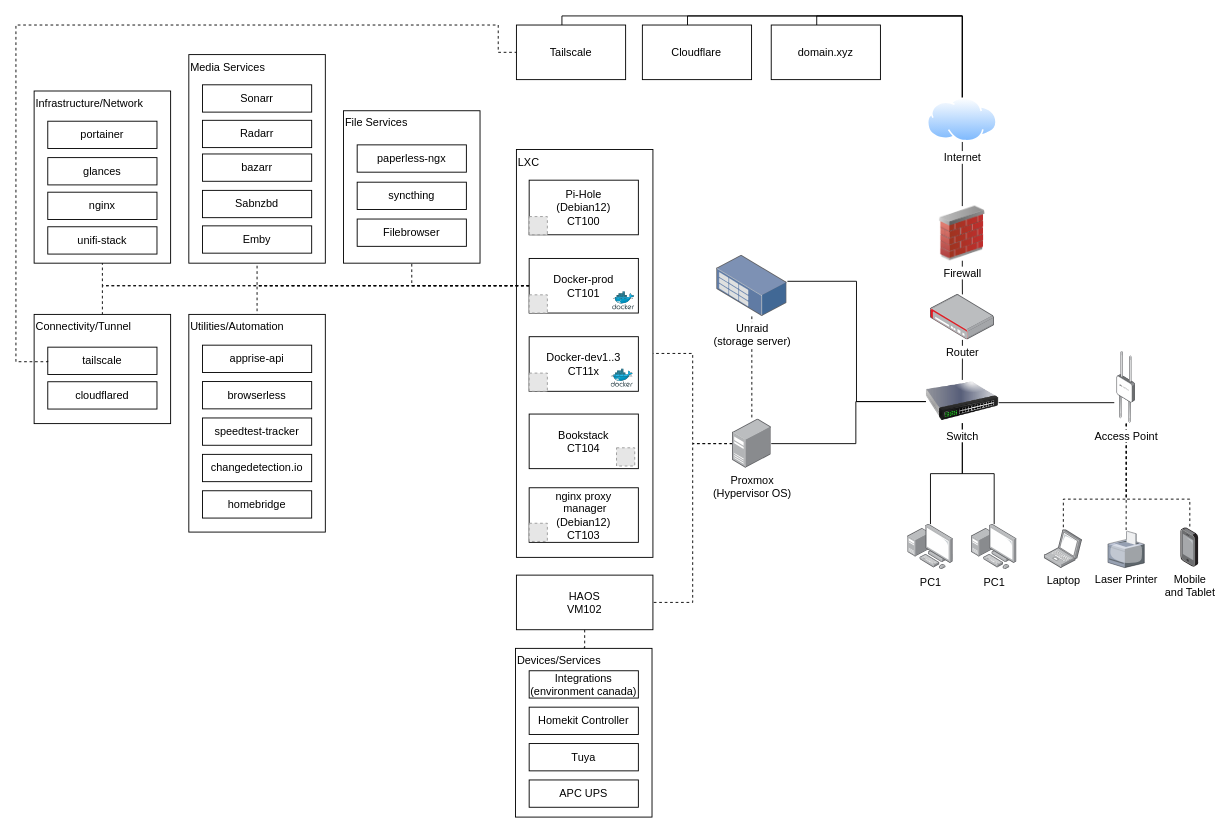
Earlier version of the draw.io diagram 92king_homelab.drawio (danieljai/homelab). Source tidied: cells renumbered, new cells numbered last; positions are measured from the earlier drawing's top-left corner, leaving out a move shared by most shapes. Both pictures are drawn from the tidied source at 91%, with x=0, y=0 at pixel (15, 15). Pictures stored in the file or linked from it are replaced by grey dashed boxes.
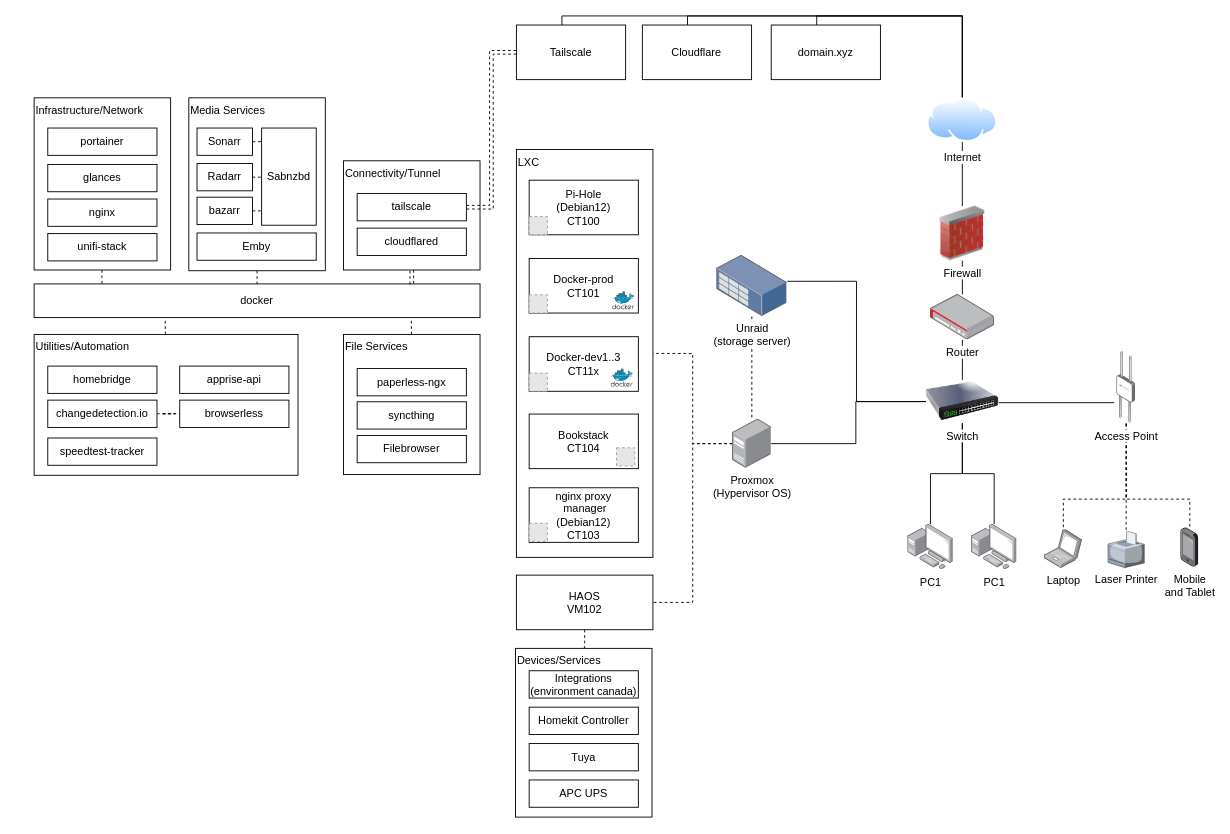
The same diagram, later.

Unchanged cells that the change refers to:
```xml
<mxCell id="8" value="Docker-prod&lt;div&gt;&lt;div&gt;CT101&lt;/div&gt;&lt;/div&gt;" style="rounded=0;whiteSpace=wrap;html=1;" parent="1" vertex="1">
  <mxGeometry x="564" y="266.5" width="120" height="60" as="geometry" />
</mxCell>
<mxCell id="17" value="Tailscale" style="rounded=0;whiteSpace=wrap;html=1;" parent="1" vertex="1">
  <mxGeometry x="550" y="10" width="120" height="60" as="geometry" />
</mxCell>
<mxCell id="41" value="Infrastructure/Network" style="rounded=0;whiteSpace=wrap;html=1;align=left;verticalAlign=top;" parent="40" vertex="1">
  <mxGeometry width="150" height="189.2" as="geometry" />
</mxCell>
<mxCell id="47" value="Connectivity/Tunnel" style="rounded=0;whiteSpace=wrap;html=1;align=left;verticalAlign=top;" parent="46" vertex="1">
  <mxGeometry width="150" height="120" as="geometry" />
</mxCell>
<mxCell id="48" value="tailscale" style="rounded=0;whiteSpace=wrap;html=1;" parent="46" vertex="1">
  <mxGeometry x="15" y="36" width="120" height="30" as="geometry" />
</mxCell>
```

The edit, as a diff of the source:
```diff
@@
-    <mxCell id="4" style="edgeStyle=orthogonalEdgeStyle;rounded=0;jettySize=auto;html=1;endArrow=none;startFill=0;dashed=1;" parent="1" edge="1" source="8" target="47">
-      <mxGeometry relative="1" as="geometry" />
-    </mxCell>
-    <mxCell id="5" style="edgeStyle=orthogonalEdgeStyle;rounded=0;jettySize=auto;html=1;endArrow=none;startFill=0;dashed=1;" parent="1" edge="1" source="8" target="51">
-      <mxGeometry relative="1" as="geometry" />
-    </mxCell>
-    <mxCell id="6" style="edgeStyle=orthogonalEdgeStyle;rounded=0;jettySize=auto;html=1;entryX=0.5;entryY=1;entryDx=0;entryDy=0;endArrow=none;startFill=0;dashed=1;" parent="1" edge="1" source="8" target="58">
-      <mxGeometry relative="1" as="geometry" />
-    </mxCell>
-    <mxCell id="7" style="edgeStyle=orthogonalEdgeStyle;rounded=0;jettySize=auto;html=1;entryX=0.5;entryY=1;entryDx=0;entryDy=0;endArrow=none;startFill=0;dashed=1;" parent="1" edge="1" source="8" target="34">
-      <mxGeometry relative="1" as="geometry" />
-    </mxCell>
@@
-    <mxCell id="33" style="group;" parent="1" vertex="1">
-      <mxGeometry x="190" y="42.5" width="150" height="229.2" as="geometry" />
-    </mxCell>
-    <mxCell id="34" value="Media Services" style="rounded=0;whiteSpace=wrap;html=1;align=left;verticalAlign=top;" parent="33" vertex="1">
-      <mxGeometry width="150" height="229.2" as="geometry" />
-    </mxCell>
-    <mxCell id="35" value="Radarr" style="rounded=0;whiteSpace=wrap;html=1;" parent="33" vertex="1">
-      <mxGeometry x="15" y="72.2" width="120" height="30" as="geometry" />
-    </mxCell>
-    <mxCell id="36" value="Sonarr" style="rounded=0;whiteSpace=wrap;html=1;" parent="33" vertex="1">
-      <mxGeometry x="15" y="33.2" width="120" height="30" as="geometry" />
-    </mxCell>
-    <mxCell id="37" value="Sabnzbd" style="rounded=0;whiteSpace=wrap;html=1;" parent="33" vertex="1">
-      <mxGeometry x="15" y="149.2" width="120" height="30" as="geometry" />
-    </mxCell>
-    <mxCell id="38" value="Emby" style="rounded=0;whiteSpace=wrap;html=1;" parent="33" vertex="1">
-      <mxGeometry x="15" y="188.2" width="120" height="30" as="geometry" />
-    </mxCell>
-    <mxCell id="39" value="bazarr" style="rounded=0;whiteSpace=wrap;html=1;" parent="33" vertex="1">
-      <mxGeometry x="15" y="109.2" width="120" height="30" as="geometry" />
-    </mxCell>
     <mxCell id="40" style="group;" parent="1" vertex="1">
-      <mxGeometry x="20" y="82.5" width="150" height="189.2" as="geometry" />
+      <mxGeometry x="20" y="90" width="150" height="189.2" as="geometry" />
     </mxCell>
@@
     <mxCell id="46" style="group;" parent="1" vertex="1">
-      <mxGeometry x="20" y="328" width="150" height="120" as="geometry" />
+      <mxGeometry x="360" y="159.2" width="150" height="120" as="geometry" />
     </mxCell>
@@
-    <mxCell id="50" style="group;" parent="1" vertex="1">
-      <mxGeometry x="190" y="328" width="150" height="239.2" as="geometry" />
-    </mxCell>
-    <mxCell id="51" value="Utilities/Automation" style="rounded=0;whiteSpace=wrap;html=1;align=left;verticalAlign=top;" parent="50" vertex="1">
-      <mxGeometry width="150" height="239.2" as="geometry" />
-    </mxCell>
-    <mxCell id="52" value="changedetection.io" style="rounded=0;whiteSpace=wrap;html=1;" parent="50" vertex="1">
-      <mxGeometry x="15" y="153.8" width="120" height="30" as="geometry" />
-    </mxCell>
-    <mxCell id="53" value="browserless" style="rounded=0;whiteSpace=wrap;html=1;" parent="50" vertex="1">
-      <mxGeometry x="15" y="73.8" width="120" height="30" as="geometry" />
-    </mxCell>
-    <mxCell id="54" value="homebridge" style="rounded=0;whiteSpace=wrap;html=1;" parent="50" vertex="1">
-      <mxGeometry x="15" y="193.8" width="120" height="30" as="geometry" />
-    </mxCell>
-    <mxCell id="55" value="speedtest-tracker" style="rounded=0;whiteSpace=wrap;html=1;" parent="50" vertex="1">
-      <mxGeometry x="15" y="113.8" width="120" height="30" as="geometry" />
-    </mxCell>
-    <mxCell id="56" value="apprise-api" style="rounded=0;whiteSpace=wrap;html=1;" parent="50" vertex="1">
-      <mxGeometry x="15" y="33.8" width="120" height="30" as="geometry" />
-    </mxCell>
-    <mxCell id="57" style="group;" parent="1" vertex="1">
-      <mxGeometry x="360" y="104.2" width="150" height="167.5" as="geometry" />
-    </mxCell>
-    <mxCell id="58" value="File Services" style="rounded=0;whiteSpace=wrap;html=1;align=left;verticalAlign=top;" parent="57" vertex="1">
-      <mxGeometry width="150" height="167.5" as="geometry" />
-    </mxCell>
-    <mxCell id="59" value="syncthing" style="rounded=0;whiteSpace=wrap;html=1;" parent="57" vertex="1">
-      <mxGeometry x="15" y="78.5" width="120" height="30" as="geometry" />
-    </mxCell>
-    <mxCell id="60" value="paperless-ngx" style="rounded=0;whiteSpace=wrap;html=1;" parent="57" vertex="1">
-      <mxGeometry x="15" y="37.5" width="120" height="30" as="geometry" />
-    </mxCell>
-    <mxCell id="61" value="Filebrowser" style="rounded=0;whiteSpace=wrap;html=1;" parent="57" vertex="1">
-      <mxGeometry x="15" y="119" width="120" height="30" as="geometry" />
-    </mxCell>
-    <mxCell id="62" style="edgeStyle=orthogonalEdgeStyle;rounded=0;jettySize=auto;html=1;entryX=0.5;entryY=1;entryDx=0;entryDy=0;endArrow=none;startFill=0;dashed=1;" parent="1" edge="1" source="8" target="41">
-      <mxGeometry relative="1" as="geometry" />
-    </mxCell>
@@
-    <mxCell id="83" style="edgeStyle=orthogonalEdgeStyle;rounded=0;jettySize=auto;html=1;entryX=0;entryY=0.5;entryDx=0;entryDy=0;exitX=0;exitY=0.5;exitDx=0;exitDy=0;dashed=1;endArrow=none;startFill=0;" parent="1" edge="1" source="48" target="17">
-      <mxGeometry relative="1" as="geometry">
-        <Array as="points">
-          <mxPoint y="380" />
-          <mxPoint y="10" />
-          <mxPoint x="530" y="10" />
-          <mxPoint x="530" y="40" />
-        </Array>
-      </mxGeometry>
-    </mxCell>
@@
+    <mxCell id="90" value="docker" style="rounded=0;whiteSpace=wrap;html=1;" parent="1" vertex="1">
+      <mxGeometry x="20" y="294.5" width="490" height="37" as="geometry" />
+    </mxCell>
+    <mxCell id="91" style="edgeStyle=orthogonalEdgeStyle;rounded=0;jettySize=auto;html=1;entryX=1;entryY=0.5;entryDx=0;entryDy=0;endArrow=none;startFill=0;dashed=1;shape=link;" parent="1" edge="1" source="17" target="48">
+      <mxGeometry relative="1" as="geometry" />
+    </mxCell>
+    <mxCell id="92" style="group;" parent="1" vertex="1">
+      <mxGeometry x="190" y="90" width="150" height="190" as="geometry" />
+    </mxCell>
+    <mxCell id="34" value="Media Services" style="rounded=0;whiteSpace=wrap;html=1;align=left;verticalAlign=top;" parent="92" vertex="1">
+      <mxGeometry width="150" height="190" as="geometry" />
+    </mxCell>
+    <mxCell id="38" value="Emby" style="rounded=0;whiteSpace=wrap;html=1;" parent="92" vertex="1">
+      <mxGeometry x="9" y="148.5" width="131" height="30" as="geometry" />
+    </mxCell>
+    <mxCell id="93" style="edgeStyle=orthogonalEdgeStyle;rounded=0;jettySize=auto;html=1;endArrow=none;startFill=0;dashed=1;" parent="92" edge="1" source="35" target="37">
+      <mxGeometry relative="1" as="geometry" />
+    </mxCell>
+    <mxCell id="35" value="Radarr" style="rounded=0;whiteSpace=wrap;html=1;" parent="92" vertex="1">
+      <mxGeometry x="9" y="72.2" width="61" height="30" as="geometry" />
+    </mxCell>
+    <mxCell id="36" value="Sonarr" style="rounded=0;whiteSpace=wrap;html=1;" parent="92" vertex="1">
+      <mxGeometry x="9" y="33.2" width="61" height="30" as="geometry" />
+    </mxCell>
+    <mxCell id="39" value="bazarr" style="rounded=0;whiteSpace=wrap;html=1;" parent="92" vertex="1">
+      <mxGeometry x="9" y="109.2" width="61" height="30" as="geometry" />
+    </mxCell>
+    <mxCell id="94" style="edgeStyle=orthogonalEdgeStyle;rounded=0;jettySize=auto;html=1;entryX=-0.021;entryY=0.136;entryDx=0;entryDy=0;entryPerimeter=0;endArrow=none;startFill=0;dashed=1;" parent="92" edge="1" source="36" target="37">
+      <mxGeometry relative="1" as="geometry" />
+    </mxCell>
+    <mxCell id="95" style="edgeStyle=orthogonalEdgeStyle;rounded=0;jettySize=auto;html=1;entryX=0.008;entryY=0.845;entryDx=0;entryDy=0;entryPerimeter=0;endArrow=none;startFill=0;dashed=1;" parent="92" edge="1" source="39" target="37">
+      <mxGeometry relative="1" as="geometry" />
+    </mxCell>
+    <mxCell id="37" value="Sabnzbd" style="rounded=0;whiteSpace=wrap;html=1;" parent="92" vertex="1">
+      <mxGeometry x="80" y="33.2" width="60" height="106.8" as="geometry" />
+    </mxCell>
+    <mxCell id="96" style="group;" parent="1" vertex="1">
+      <mxGeometry x="20" y="350" width="290" height="154.8" as="geometry" />
+    </mxCell>
+    <mxCell id="51" value="Utilities/Automation" style="rounded=0;whiteSpace=wrap;html=1;align=left;verticalAlign=top;" parent="96" vertex="1">
+      <mxGeometry width="290" height="154.8" as="geometry" />
+    </mxCell>
+    <mxCell id="97" style="edgeStyle=orthogonalEdgeStyle;rounded=0;jettySize=auto;html=1;entryX=0;entryY=0.5;entryDx=0;entryDy=0;endArrow=none;startFill=0;dashed=1;" parent="96" edge="1" source="52" target="53">
+      <mxGeometry relative="1" as="geometry" />
+    </mxCell>
+    <mxCell id="52" value="changedetection.io" style="rounded=0;whiteSpace=wrap;html=1;" parent="96" vertex="1">
+      <mxGeometry x="15" y="72.2" width="120" height="30" as="geometry" />
+    </mxCell>
+    <mxCell id="53" value="browserless" style="rounded=0;whiteSpace=wrap;html=1;" parent="96" vertex="1">
+      <mxGeometry x="160" y="72.2" width="120" height="30" as="geometry" />
+    </mxCell>
+    <mxCell id="54" value="homebridge" style="rounded=0;whiteSpace=wrap;html=1;" parent="96" vertex="1">
+      <mxGeometry x="15" y="34.8" width="120" height="30" as="geometry" />
+    </mxCell>
+    <mxCell id="55" value="speedtest-tracker" style="rounded=0;whiteSpace=wrap;html=1;" parent="96" vertex="1">
+      <mxGeometry x="15" y="113.8" width="120" height="30" as="geometry" />
+    </mxCell>
+    <mxCell id="56" value="apprise-api" style="rounded=0;whiteSpace=wrap;html=1;" parent="96" vertex="1">
+      <mxGeometry x="160" y="34.8" width="120" height="30" as="geometry" />
+    </mxCell>
+    <mxCell id="98" style="group;" parent="1" vertex="1">
+      <mxGeometry x="360" y="350" width="150" height="154" as="geometry" />
+    </mxCell>
+    <mxCell id="58" value="File Services" style="rounded=0;whiteSpace=wrap;html=1;align=left;verticalAlign=top;" parent="98" vertex="1">
+      <mxGeometry width="150" height="154" as="geometry" />
+    </mxCell>
+    <mxCell id="59" value="syncthing" style="rounded=0;whiteSpace=wrap;html=1;" parent="98" vertex="1">
+      <mxGeometry x="15" y="74" width="120" height="30" as="geometry" />
+    </mxCell>
+    <mxCell id="60" value="paperless-ngx" style="rounded=0;whiteSpace=wrap;html=1;" parent="98" vertex="1">
+      <mxGeometry x="15" y="37.5" width="120" height="30" as="geometry" />
+    </mxCell>
+    <mxCell id="61" value="Filebrowser" style="rounded=0;whiteSpace=wrap;html=1;" parent="98" vertex="1">
+      <mxGeometry x="15" y="111" width="120" height="30" as="geometry" />
+    </mxCell>
+    <mxCell id="99" style="rounded=0;jettySize=auto;html=1;entryX=0.294;entryY=1.041;entryDx=0;entryDy=0;entryPerimeter=0;endArrow=none;startFill=0;dashed=1;" parent="1" edge="1" source="51" target="90">
+      <mxGeometry relative="1" as="geometry" />
+    </mxCell>
+    <mxCell id="100" style="rounded=0;jettySize=auto;html=1;entryX=0.846;entryY=1.041;entryDx=0;entryDy=0;entryPerimeter=0;endArrow=none;startFill=0;dashed=1;" parent="1" edge="1" source="58" target="90">
+      <mxGeometry relative="1" as="geometry" />
+    </mxCell>
+    <mxCell id="101" style="rounded=0;jettySize=auto;html=1;entryX=0.152;entryY=0.068;entryDx=0;entryDy=0;entryPerimeter=0;dashed=1;endArrow=none;startFill=0;" parent="1" edge="1" source="41" target="90">
+      <mxGeometry relative="1" as="geometry" />
+    </mxCell>
+    <mxCell id="102" style="rounded=0;jettySize=auto;html=1;dashed=1;endArrow=none;startFill=0;" parent="1" edge="1" source="34" target="90">
+      <mxGeometry relative="1" as="geometry" />
+    </mxCell>
+    <mxCell id="103" style="rounded=0;jettySize=auto;html=1;entryX=0.847;entryY=0.014;entryDx=0;entryDy=0;entryPerimeter=0;dashed=1;endArrow=none;startFill=0;shape=link;" parent="1" edge="1" source="47" target="90">
+      <mxGeometry relative="1" as="geometry" />
+    </mxCell>
```
